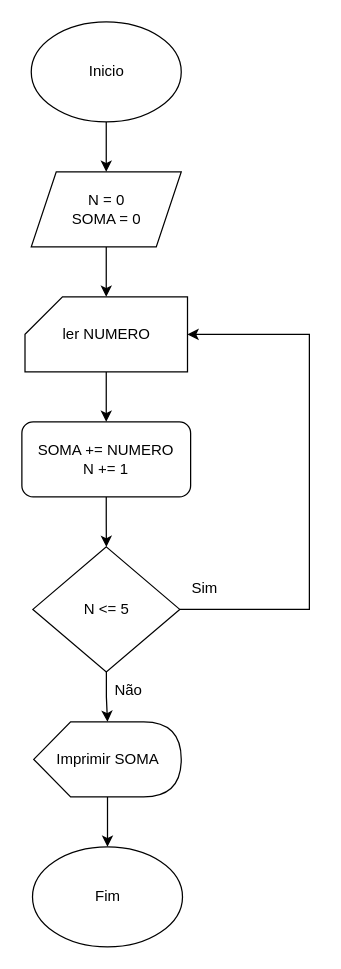
This is First Diagram.drawio from LuizHelio-Fim/Fluxogramas, a draw.io file, before an edit. Source tidied: cells renumbered, new cells numbered last; positions are measured from the earlier drawing's top-left corner, leaving out a move shared by most shapes. Both pictures are drawn from the tidied source at 125%, with x=0, y=0 at pixel (21, 21).
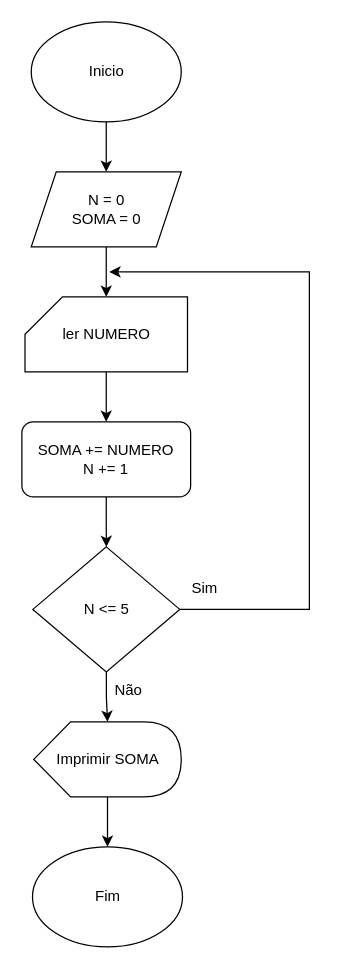
Above is the later version.

What changed in the source:
```diff
@@
 <mxGraphModel>
   <root>
     <mxCell id="0" />
     <mxCell id="1" parent="0" />
     <mxCell id="2" style="edgeStyle=orthogonalEdgeStyle;rounded=0;jettySize=auto;html=1;" parent="1" edge="1" source="3" target="5">
       <mxGeometry relative="1" as="geometry" />
     </mxCell>
     <mxCell id="3" value="Inicio" style="ellipse;whiteSpace=wrap;html=1;" parent="1" vertex="1">
       <mxGeometry x="7.5" width="120" height="80" as="geometry" />
     </mxCell>
     <mxCell id="4" style="edgeStyle=orthogonalEdgeStyle;rounded=0;jettySize=auto;html=1;" parent="1" edge="1" source="5" target="7">
       <mxGeometry relative="1" as="geometry" />
     </mxCell>
     <mxCell id="5" value="N = 0&lt;div&gt;SOMA = 0&lt;/div&gt;" style="shape=parallelogram;perimeter=parallelogramPerimeter;whiteSpace=wrap;html=1;fixedSize=1;" parent="1" vertex="1">
       <mxGeometry x="7.5" y="120" width="120" height="60" as="geometry" />
     </mxCell>
     <mxCell id="6" style="edgeStyle=orthogonalEdgeStyle;rounded=0;jettySize=auto;html=1;" parent="1" edge="1" source="7" target="9">
       <mxGeometry relative="1" as="geometry" />
     </mxCell>
     <mxCell id="7" value="ler NUMERO" style="shape=card;whiteSpace=wrap;html=1;" parent="1" vertex="1">
       <mxGeometry x="2.5" y="220" width="130" height="60" as="geometry" />
     </mxCell>
     <mxCell id="8" style="edgeStyle=orthogonalEdgeStyle;rounded=0;jettySize=auto;html=1;" parent="1" edge="1" source="9" target="12">
       <mxGeometry relative="1" as="geometry" />
     </mxCell>
     <mxCell id="9" value="SOMA += NUMERO&lt;div&gt;N += 1&lt;/div&gt;" style="rounded=1;whiteSpace=wrap;html=1;" parent="1" vertex="1">
       <mxGeometry y="320" width="135" height="60" as="geometry" />
     </mxCell>
     <mxCell id="10" style="edgeStyle=orthogonalEdgeStyle;rounded=0;jettySize=auto;html=1;" parent="1" edge="1" source="12" target="14">
       <mxGeometry relative="1" as="geometry" />
     </mxCell>
-    <mxCell id="11" style="edgeStyle=orthogonalEdgeStyle;rounded=0;jettySize=auto;html=1;exitX=1;exitY=0.5;exitDx=0;exitDy=0;entryX=1;entryY=0.5;entryDx=0;entryDy=0;entryPerimeter=0;" parent="1" edge="1" source="12" target="7">
+    <mxCell id="11" style="edgeStyle=orthogonalEdgeStyle;rounded=0;jettySize=auto;html=1;exitX=1;exitY=0.5;exitDx=0;exitDy=0;" parent="1" edge="1" source="12">
       <mxGeometry relative="1" as="geometry">
+        <mxPoint x="70" y="200" as="targetPoint" />
         <Array as="points">
           <mxPoint x="230" y="470" />
-          <mxPoint x="230" y="250" />
+          <mxPoint x="230" y="200" />
         </Array>
       </mxGeometry>
     </mxCell>
     <mxCell id="12" value="N &amp;lt;= 5" style="rhombus;whiteSpace=wrap;html=1;" parent="1" vertex="1">
       <mxGeometry x="8.8" y="420" width="117.5" height="100" as="geometry" />
     </mxCell>
     <mxCell id="13" style="edgeStyle=orthogonalEdgeStyle;rounded=0;jettySize=auto;html=1;" parent="1" edge="1" source="14" target="17">
       <mxGeometry relative="1" as="geometry" />
     </mxCell>
     <mxCell id="14" value="Imprimir SOMA" style="shape=display;whiteSpace=wrap;html=1;" parent="1" vertex="1">
       <mxGeometry x="9.5" y="560" width="118" height="60" as="geometry" />
     </mxCell>
     <mxCell id="15" value="Não" style="text;html=1;align=center;verticalAlign=middle;strokeColor=none;fillColor=none;" parent="1" vertex="1">
       <mxGeometry x="60" y="520" width="50" height="30" as="geometry" />
     </mxCell>
     <mxCell id="16" value="Sim" style="text;html=1;align=center;verticalAlign=middle;strokeColor=none;fillColor=none;" parent="1" vertex="1">
       <mxGeometry x="126.2" y="438" width="40" height="30" as="geometry" />
     </mxCell>
     <mxCell id="17" value="Fim" style="ellipse;whiteSpace=wrap;html=1;" parent="1" vertex="1">
       <mxGeometry x="8.5" y="660" width="120" height="80" as="geometry" />
     </mxCell>
   </root>
 </mxGraphModel>
```
